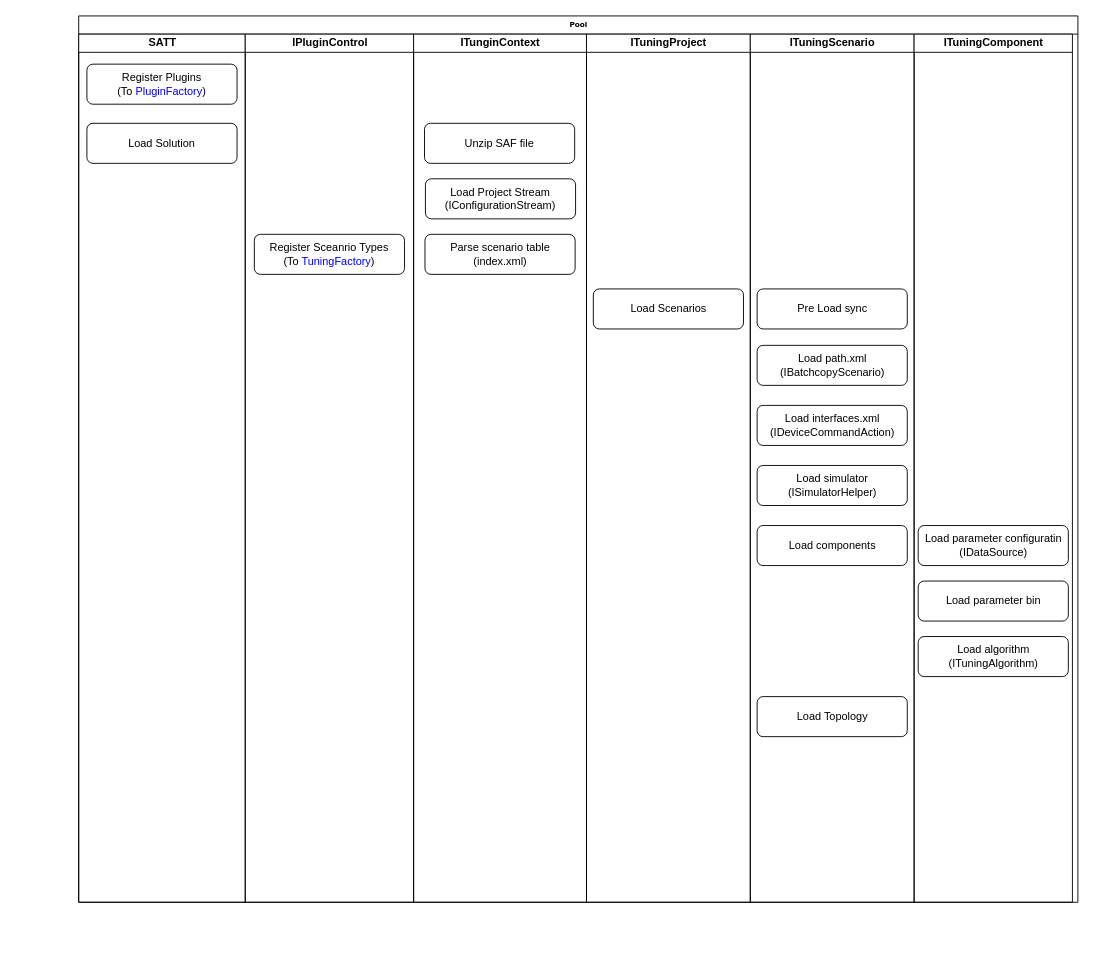
amw18/ap08 keeps this draw.io diagram as flow.drawio. Above is the earlier version. Source tidied: cells renumbered, new cells numbered last; positions are measured from the earlier drawing's top-left corner, leaving out a move shared by most shapes. Both pictures are drawn from the tidied source at 91%, with x=0, y=0 at pixel (78, 15).
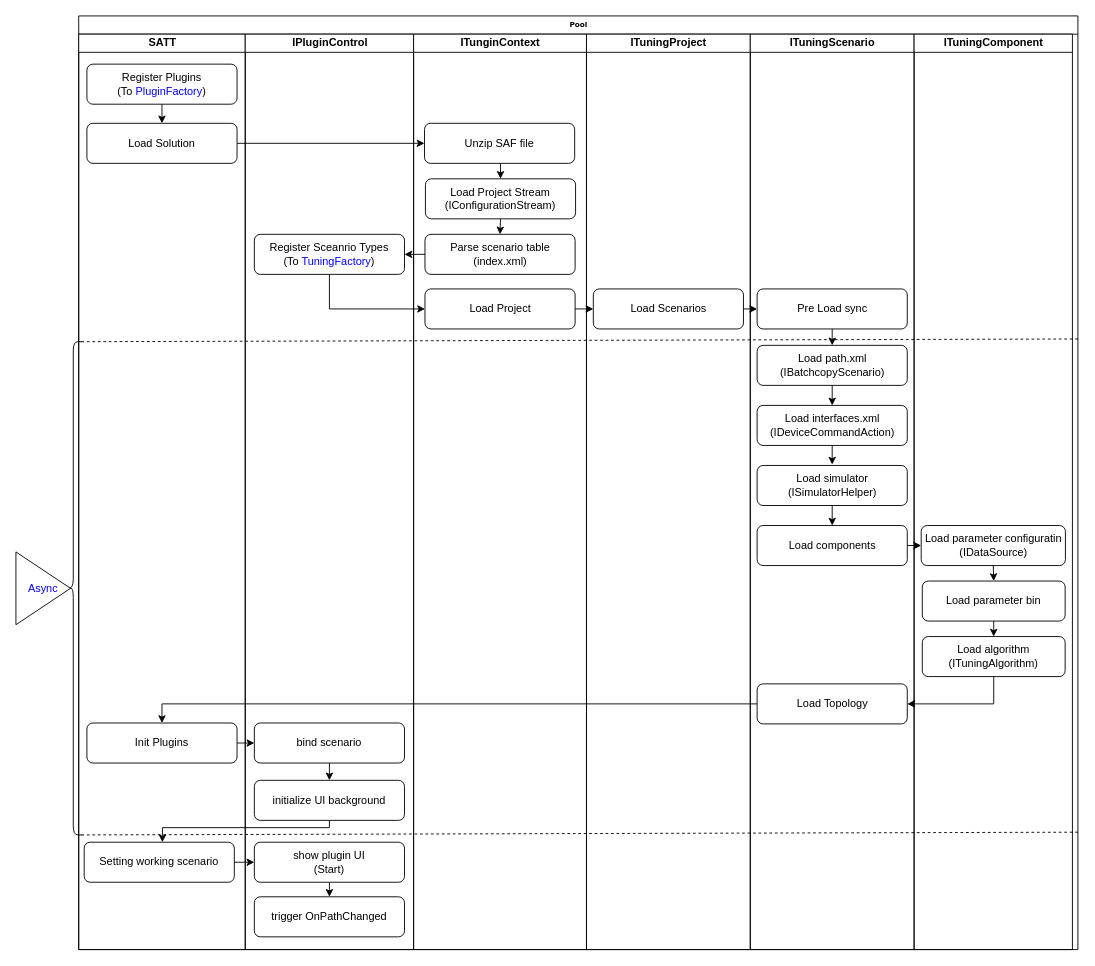
Above is the later version.

Unchanged cells that the change refers to:
```xml
<mxCell id="4" value="Register Plugins&lt;br&gt;(To &lt;font color=&quot;#0000ff&quot;&gt;PluginFactory&lt;/font&gt;)" style="rounded=1;whiteSpace=wrap;html=1;" parent="3" vertex="1">
  <mxGeometry x="9" y="33" width="165" height="44" as="geometry" />
</mxCell>
<mxCell id="5" value="Load Solution" style="rounded=1;whiteSpace=wrap;html=1;" parent="3" vertex="1">
  <mxGeometry x="9" y="98" width="165" height="44" as="geometry" />
</mxCell>
<mxCell id="7" value="Register Sceanrio Types&lt;br&gt;(To &lt;font color=&quot;#0000ff&quot;&gt;TuningFactory&lt;/font&gt;)" style="rounded=1;whiteSpace=wrap;html=1;" parent="6" vertex="1">
  <mxGeometry x="10" y="220" width="165" height="44" as="geometry" />
</mxCell>
<mxCell id="9" value="Unzip SAF file" style="rounded=1;whiteSpace=wrap;html=1;" parent="8" vertex="1">
  <mxGeometry x="12" y="98" width="165" height="44" as="geometry" />
</mxCell>
<mxCell id="10" value="Load Project Stream&lt;br&gt;(IConfigurationStream)" style="rounded=1;whiteSpace=wrap;html=1;" parent="8" vertex="1">
  <mxGeometry x="13" y="159" width="165" height="44" as="geometry" />
</mxCell>
<mxCell id="11" value="Parse scenario table&lt;br&gt;(index.xml)" style="rounded=1;whiteSpace=wrap;html=1;" parent="8" vertex="1">
  <mxGeometry x="12.5" y="220" width="165" height="44" as="geometry" />
</mxCell>
<mxCell id="13" value="Load Scenarios" style="rounded=1;whiteSpace=wrap;html=1;" parent="12" vertex="1">
  <mxGeometry x="7.5" y="280" width="165" height="44" as="geometry" />
</mxCell>
<mxCell id="15" value="Pre Load sync" style="rounded=1;whiteSpace=wrap;html=1;" parent="14" vertex="1">
  <mxGeometry x="7.5" y="280" width="165" height="44" as="geometry" />
</mxCell>
<mxCell id="16" value="Load path.xml&lt;br&gt;(IBatchcopyScenario)" style="rounded=1;whiteSpace=wrap;html=1;" parent="14" vertex="1">
  <mxGeometry x="7.5" y="342" width="165" height="44" as="geometry" />
</mxCell>
<mxCell id="17" value="Load interfaces.xml&lt;br&gt;(IDeviceCommandAction)" style="rounded=1;whiteSpace=wrap;html=1;" parent="14" vertex="1">
  <mxGeometry x="7.5" y="408" width="165" height="44" as="geometry" />
</mxCell>
<mxCell id="18" value="Load simulator&lt;br&gt;(ISimulatorHelper)" style="rounded=1;whiteSpace=wrap;html=1;" parent="14" vertex="1">
  <mxGeometry x="7.5" y="474" width="165" height="44" as="geometry" />
</mxCell>
<mxCell id="19" value="Load components" style="rounded=1;whiteSpace=wrap;html=1;" parent="14" vertex="1">
  <mxGeometry x="7.5" y="540" width="165" height="44" as="geometry" />
</mxCell>
```

Change to the diagram source:
```diff
@@
     <mxCell id="2" value="Pool" style="swimlane;html=1;startSize=20;rounded=0;shadow=0;labelBackgroundColor=none;strokeWidth=1;fontFamily=Verdana;fontSize=8;align=center;" parent="1" vertex="1">
-      <mxGeometry width="1098" height="974" as="geometry" />
+      <mxGeometry width="1098" height="1026" as="geometry" />
     </mxCell>
     <mxCell id="3" value="SATT" style="swimlane;html=1;startSize=20;" parent="2" vertex="1">
-      <mxGeometry y="20" width="183" height="954" as="geometry" />
+      <mxGeometry y="20" width="183" height="1006" as="geometry" />
     </mxCell>
+    <mxCell id="25" style="edgeStyle=orthogonalEdgeStyle;rounded=0;jettySize=auto;html=1;exitX=0.5;exitY=1;exitDx=0;exitDy=0;entryX=0.5;entryY=0;entryDx=0;entryDy=0;fontColor=#0000FF;" parent="3" edge="1" source="4" target="5">
+      <mxGeometry relative="1" as="geometry" />
+    </mxCell>
@@
+    <mxCell id="26" value="Init Plugins" style="rounded=1;whiteSpace=wrap;html=1;" parent="3" vertex="1">
+      <mxGeometry x="9" y="757" width="165" height="44" as="geometry" />
+    </mxCell>
+    <mxCell id="27" value="Setting working scenario" style="rounded=1;whiteSpace=wrap;html=1;" parent="3" vertex="1">
+      <mxGeometry x="6" y="888" width="165" height="44" as="geometry" />
+    </mxCell>
     <mxCell id="6" value="IPluginControl" style="swimlane;html=1;startSize=20;" parent="2" vertex="1">
-      <mxGeometry x="183" y="20" width="185" height="954" as="geometry" />
+      <mxGeometry x="183" y="20" width="185" height="1006" as="geometry" />
     </mxCell>
@@
+    <mxCell id="28" style="edgeStyle=orthogonalEdgeStyle;rounded=0;jettySize=auto;html=1;exitX=0.5;exitY=1;exitDx=0;exitDy=0;entryX=0.5;entryY=0;entryDx=0;entryDy=0;fontColor=#0000FF;" parent="6" edge="1" source="29" target="30">
+      <mxGeometry relative="1" as="geometry" />
+    </mxCell>
+    <mxCell id="29" value="bind scenario" style="rounded=1;whiteSpace=wrap;html=1;" parent="6" vertex="1">
+      <mxGeometry x="10" y="757" width="165" height="44" as="geometry" />
+    </mxCell>
+    <mxCell id="30" value="initialize UI background" style="rounded=1;whiteSpace=wrap;html=1;" parent="6" vertex="1">
+      <mxGeometry x="10" y="820" width="165" height="44" as="geometry" />
+    </mxCell>
+    <mxCell id="31" style="edgeStyle=orthogonalEdgeStyle;rounded=0;jettySize=auto;html=1;exitX=0.5;exitY=1;exitDx=0;exitDy=0;entryX=0.5;entryY=0;entryDx=0;entryDy=0;fontColor=#0000FF;" parent="6" edge="1" source="32" target="33">
+      <mxGeometry relative="1" as="geometry" />
+    </mxCell>
+    <mxCell id="32" value="show plugin UI&lt;br&gt;(Start)" style="rounded=1;whiteSpace=wrap;html=1;" parent="6" vertex="1">
+      <mxGeometry x="10" y="888" width="165" height="44" as="geometry" />
+    </mxCell>
+    <mxCell id="33" value="trigger&amp;nbsp;OnPathChanged" style="rounded=1;whiteSpace=wrap;html=1;" parent="6" vertex="1">
+      <mxGeometry x="10" y="948" width="165" height="44" as="geometry" />
+    </mxCell>
+    <mxCell id="34" style="endArrow=none;dashed=1;html=1;rounded=0;fontColor=#0000FF;" parent="6" edge="1">
+      <mxGeometry relative="1" as="geometry">
+        <mxPoint x="-180" y="338" as="sourcePoint" />
+        <mxPoint x="915" y="335" as="targetPoint" />
+      </mxGeometry>
+    </mxCell>
     <mxCell id="8" value="ITunginContext" style="swimlane;html=1;startSize=20;" parent="2" vertex="1">
-      <mxGeometry x="368" y="20" width="190" height="954" as="geometry" />
+      <mxGeometry x="368" y="20" width="190" height="1006" as="geometry" />
     </mxCell>
+    <mxCell id="35" style="edgeStyle=orthogonalEdgeStyle;rounded=0;jettySize=auto;html=1;exitX=0.5;exitY=1;exitDx=0;exitDy=0;entryX=0.5;entryY=0;entryDx=0;entryDy=0;fontColor=#0000FF;" parent="8" edge="1" source="9" target="10">
+      <mxGeometry relative="1" as="geometry" />
+    </mxCell>
@@
+    <mxCell id="36" style="edgeStyle=orthogonalEdgeStyle;rounded=0;jettySize=auto;html=1;exitX=0.5;exitY=1;exitDx=0;exitDy=0;entryX=0.5;entryY=0;entryDx=0;entryDy=0;fontColor=#0000FF;" parent="8" edge="1" source="10" target="11">
+      <mxGeometry relative="1" as="geometry" />
+    </mxCell>
@@
+    <mxCell id="37" value="Load Project" style="rounded=1;whiteSpace=wrap;html=1;" parent="8" vertex="1">
+      <mxGeometry x="12.5" y="280" width="165" height="44" as="geometry" />
+    </mxCell>
+    <mxCell id="38" style="endArrow=none;dashed=1;html=1;rounded=0;fontColor=#0000FF;" parent="8" edge="1">
+      <mxGeometry relative="1" as="geometry">
+        <mxPoint x="-365" y="880" as="sourcePoint" />
+        <mxPoint x="730" y="877" as="targetPoint" />
+      </mxGeometry>
+    </mxCell>
     <mxCell id="12" value="ITuningProject" style="swimlane;html=1;startSize=20;" parent="2" vertex="1">
-      <mxGeometry x="558" y="20" width="180" height="954" as="geometry" />
+      <mxGeometry x="558" y="20" width="180" height="1006" as="geometry" />
     </mxCell>
@@
+    <mxCell id="39" style="edgeStyle=orthogonalEdgeStyle;rounded=0;jettySize=auto;html=1;exitX=0.5;exitY=1;exitDx=0;exitDy=0;fontColor=#0000FF;" parent="2" edge="1" source="30" target="27">
+      <mxGeometry relative="1" as="geometry">
+        <Array as="points">
+          <mxPoint x="276" y="892" />
+          <mxPoint x="92" y="892" />
+        </Array>
+      </mxGeometry>
+    </mxCell>
+    <mxCell id="40" style="edgeStyle=orthogonalEdgeStyle;rounded=0;jettySize=auto;html=1;exitX=1;exitY=0.5;exitDx=0;exitDy=0;entryX=0;entryY=0.5;entryDx=0;entryDy=0;fontColor=#0000FF;" parent="2" edge="1" source="27" target="32">
+      <mxGeometry relative="1" as="geometry" />
+    </mxCell>
+    <mxCell id="41" style="edgeStyle=orthogonalEdgeStyle;rounded=0;jettySize=auto;html=1;exitX=0;exitY=0.5;exitDx=0;exitDy=0;entryX=0.5;entryY=0;entryDx=0;entryDy=0;fontColor=#0000FF;" parent="2" edge="1" source="20" target="26">
+      <mxGeometry relative="1" as="geometry" />
+    </mxCell>
+    <mxCell id="42" style="edgeStyle=orthogonalEdgeStyle;rounded=0;jettySize=auto;html=1;exitX=1;exitY=0.5;exitDx=0;exitDy=0;entryX=0;entryY=0.5;entryDx=0;entryDy=0;fontColor=#0000FF;" parent="2" edge="1" source="26" target="29">
+      <mxGeometry relative="1" as="geometry" />
+    </mxCell>
     <mxCell id="14" value="ITuningScenario" style="swimlane;html=1;startSize=20;" parent="2" vertex="1">
-      <mxGeometry x="738" y="20" width="180" height="954" as="geometry" />
+      <mxGeometry x="738" y="20" width="180" height="1006" as="geometry" />
     </mxCell>
+    <mxCell id="43" style="edgeStyle=orthogonalEdgeStyle;rounded=0;jettySize=auto;html=1;exitX=0.5;exitY=1;exitDx=0;exitDy=0;entryX=0.5;entryY=0;entryDx=0;entryDy=0;fontColor=#0000FF;" parent="14" edge="1" source="15" target="16">
+      <mxGeometry relative="1" as="geometry" />
+    </mxCell>
@@
+    <mxCell id="44" style="edgeStyle=orthogonalEdgeStyle;rounded=0;jettySize=auto;html=1;exitX=0.5;exitY=1;exitDx=0;exitDy=0;entryX=0.5;entryY=0;entryDx=0;entryDy=0;fontColor=#0000FF;" parent="14" edge="1" source="16" target="17">
+      <mxGeometry relative="1" as="geometry" />
+    </mxCell>
@@
+    <mxCell id="45" style="edgeStyle=orthogonalEdgeStyle;rounded=0;jettySize=auto;html=1;exitX=0.5;exitY=1;exitDx=0;exitDy=0;entryX=0.5;entryY=0;entryDx=0;entryDy=0;fontColor=#0000FF;" parent="14" edge="1" source="18" target="19">
+      <mxGeometry relative="1" as="geometry" />
+    </mxCell>
@@
     <mxCell id="20" value="Load Topology" style="rounded=1;whiteSpace=wrap;html=1;" parent="14" vertex="1">
-      <mxGeometry x="7.5" y="728" width="165" height="44" as="geometry" />
+      <mxGeometry x="7.5" y="714" width="165" height="44" as="geometry" />
     </mxCell>
     <mxCell id="21" value="ITuningComponent" style="swimlane;html=1;startSize=20;" parent="2" vertex="1">
-      <mxGeometry x="918" y="20" width="174" height="954" as="geometry" />
+      <mxGeometry x="918" y="20" width="174" height="1006" as="geometry" />
     </mxCell>
+    <mxCell id="46" style="edgeStyle=orthogonalEdgeStyle;rounded=0;jettySize=auto;html=1;exitX=0.5;exitY=1;exitDx=0;exitDy=0;entryX=0.5;entryY=0;entryDx=0;entryDy=0;fontColor=#0000FF;" parent="21" edge="1" source="22" target="23">
+      <mxGeometry relative="1" as="geometry" />
+    </mxCell>
     <mxCell id="22" value="Load parameter configuratin&lt;br&gt;(IDataSource)" style="rounded=1;whiteSpace=wrap;html=1;" parent="21" vertex="1">
-      <mxGeometry x="4.5" y="540" width="165" height="44" as="geometry" />
+      <mxGeometry x="7.8" y="540" width="158.5" height="44" as="geometry" />
     </mxCell>
+    <mxCell id="47" style="edgeStyle=orthogonalEdgeStyle;rounded=0;jettySize=auto;html=1;exitX=0.5;exitY=1;exitDx=0;exitDy=0;entryX=0.5;entryY=0;entryDx=0;entryDy=0;fontColor=#0000FF;" parent="21" edge="1" source="23" target="24">
+      <mxGeometry relative="1" as="geometry" />
+    </mxCell>
     <mxCell id="23" value="Load parameter bin" style="rounded=1;whiteSpace=wrap;html=1;" parent="21" vertex="1">
-      <mxGeometry x="4.5" y="601" width="165" height="44" as="geometry" />
+      <mxGeometry x="9" y="601" width="157" height="44" as="geometry" />
     </mxCell>
     <mxCell id="24" value="Load algorithm&lt;br&gt;(ITuningAlgorithm)" style="rounded=1;whiteSpace=wrap;html=1;" parent="21" vertex="1">
-      <mxGeometry x="4.5" y="662" width="165" height="44" as="geometry" />
+      <mxGeometry x="9" y="662" width="157" height="44" as="geometry" />
     </mxCell>
+    <mxCell id="48" style="edgeStyle=orthogonalEdgeStyle;rounded=0;jettySize=auto;html=1;exitX=1;exitY=0.5;exitDx=0;exitDy=0;entryX=0;entryY=0.5;entryDx=0;entryDy=0;fontColor=#0000FF;" parent="2" edge="1" source="5" target="9">
+      <mxGeometry relative="1" as="geometry" />
+    </mxCell>
+    <mxCell id="49" style="edgeStyle=orthogonalEdgeStyle;rounded=0;jettySize=auto;html=1;exitX=0;exitY=0.5;exitDx=0;exitDy=0;entryX=1;entryY=0.5;entryDx=0;entryDy=0;fontColor=#0000FF;" parent="2" edge="1" source="11" target="7">
+      <mxGeometry relative="1" as="geometry" />
+    </mxCell>
+    <mxCell id="50" style="edgeStyle=orthogonalEdgeStyle;rounded=0;jettySize=auto;html=1;exitX=1;exitY=0.5;exitDx=0;exitDy=0;entryX=0;entryY=0.5;entryDx=0;entryDy=0;fontColor=#0000FF;" parent="2" edge="1" source="13" target="15">
+      <mxGeometry relative="1" as="geometry" />
+    </mxCell>
+    <mxCell id="51" style="edgeStyle=orthogonalEdgeStyle;rounded=0;jettySize=auto;html=1;exitX=0.5;exitY=1;exitDx=0;exitDy=0;entryX=1;entryY=0.5;entryDx=0;entryDy=0;fontColor=#0000FF;" parent="2" edge="1" source="24" target="20">
+      <mxGeometry relative="1" as="geometry" />
+    </mxCell>
+    <mxCell id="52" style="edgeStyle=orthogonalEdgeStyle;rounded=0;jettySize=auto;html=1;exitX=1;exitY=0.5;exitDx=0;exitDy=0;entryX=0;entryY=0.5;entryDx=0;entryDy=0;fontColor=#0000FF;" parent="2" edge="1" source="37" target="13">
+      <mxGeometry relative="1" as="geometry" />
+    </mxCell>
+    <mxCell id="53" style="edgeStyle=orthogonalEdgeStyle;rounded=0;jettySize=auto;html=1;exitX=0.5;exitY=1;exitDx=0;exitDy=0;entryX=0;entryY=0.5;entryDx=0;entryDy=0;fontColor=#0000FF;" parent="2" edge="1" source="7" target="37">
+      <mxGeometry relative="1" as="geometry" />
+    </mxCell>
+    <mxCell id="54" style="edgeStyle=orthogonalEdgeStyle;rounded=0;jettySize=auto;html=1;exitX=1;exitY=0.5;exitDx=0;exitDy=0;entryX=0;entryY=0.5;entryDx=0;entryDy=0;fontColor=#0000FF;" parent="2" edge="1" source="19" target="22">
+      <mxGeometry relative="1" as="geometry" />
+    </mxCell>
+    <mxCell id="55" style="edgeStyle=orthogonalEdgeStyle;rounded=0;jettySize=auto;html=1;exitX=0.5;exitY=1;exitDx=0;exitDy=0;fontColor=#0000FF;" parent="1" edge="1" source="17">
+      <mxGeometry relative="1" as="geometry">
+        <mxPoint x="828" y="493" as="targetPoint" />
+      </mxGeometry>
+    </mxCell>
+    <mxCell id="56" style="shape=curlyBracket;whiteSpace=wrap;html=1;rounded=1;fontColor=#0000FF;" parent="1" vertex="1">
+      <mxGeometry x="-16" y="358" width="20" height="542" as="geometry" />
+    </mxCell>
+    <mxCell id="57" value="Async" style="triangle;whiteSpace=wrap;html=1;fontColor=#0000FF;" parent="1" vertex="1">
+      <mxGeometry x="-69" y="589" width="60" height="80" as="geometry" />
+    </mxCell>
```
